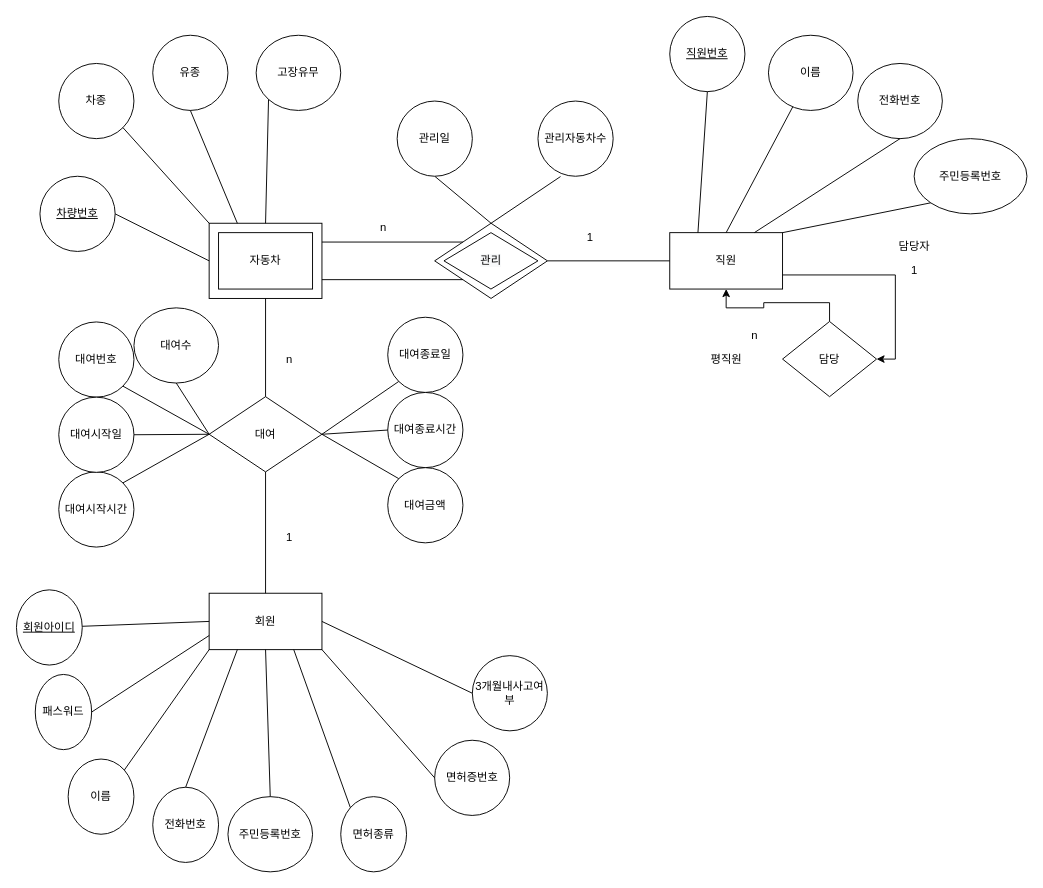
Earlier version of the draw.io diagram CarRental.drawio (junki1912/DBP_CarRental). Source tidied: cells renumbered, new cells numbered last; positions are measured from the earlier drawing's top-left corner, leaving out a move shared by most shapes. Both pictures are drawn from the tidied source at 94%, with x=0, y=0 at pixel (16, 16).
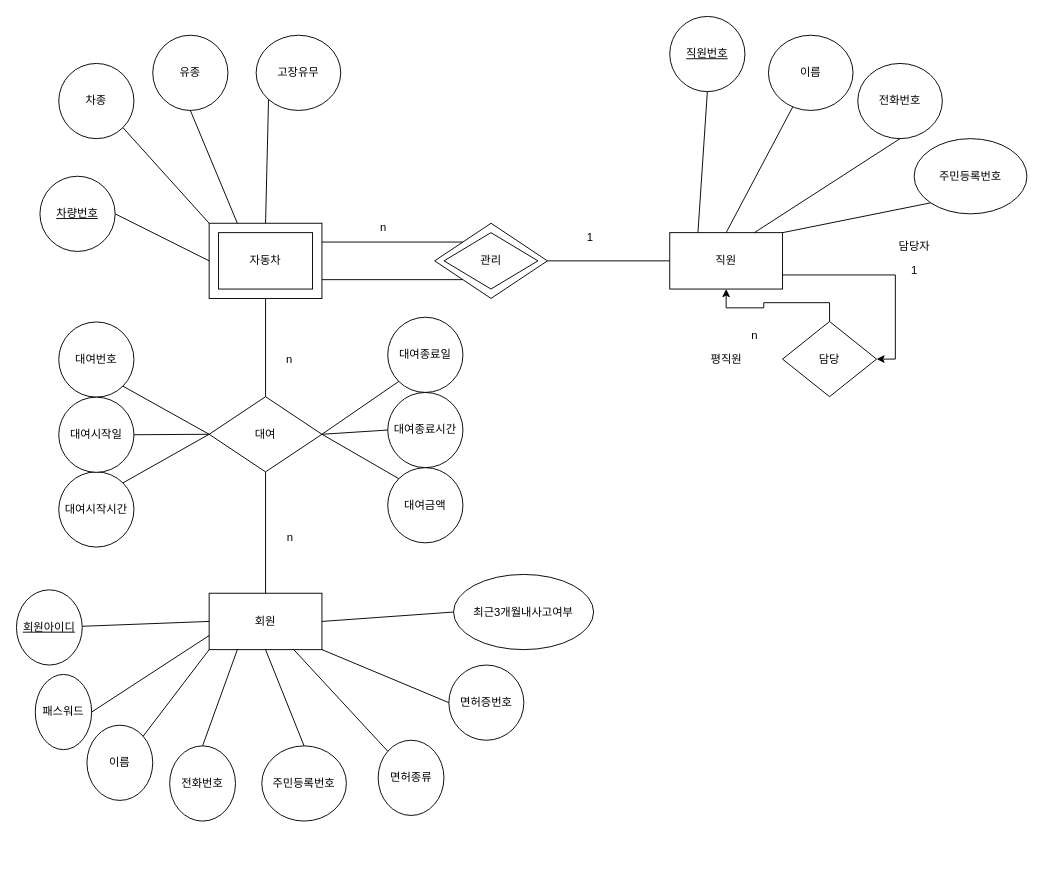
Above is the later version.

The change refers to these unchanged cells:
```xml
<mxCell id="21" value="대여" style="rhombus;whiteSpace=wrap;html=1;" parent="1" vertex="1">
  <mxGeometry x="205" y="404.5" width="120" height="80" as="geometry" />
</mxCell>
<mxCell id="24" style="rhombus;whiteSpace=wrap;html=1;" parent="1" vertex="1">
  <mxGeometry x="444.9" y="220" width="120" height="80" as="geometry" />
</mxCell>
```

Change to the diagram source:
```diff
@@
     <mxCell id="9" value="이름" style="ellipse;whiteSpace=wrap;html=1;rotation=0;" parent="1" vertex="1">
-      <mxGeometry x="55" y="790" width="70" height="80" as="geometry" />
+      <mxGeometry x="75" y="754" width="70" height="80" as="geometry" />
     </mxCell>
@@
     <mxCell id="11" value="전화번호" style="ellipse;whiteSpace=wrap;html=1;rotation=0;" parent="1" vertex="1">
-      <mxGeometry x="145" y="820" width="70" height="80" as="geometry" />
+      <mxGeometry x="163" y="776" width="70" height="80" as="geometry" />
     </mxCell>
@@
     <mxCell id="13" value="주민등록번호" style="ellipse;whiteSpace=wrap;html=1;rotation=0;" parent="1" vertex="1">
-      <mxGeometry x="225" y="830" width="90" height="80" as="geometry" />
+      <mxGeometry x="261" y="776" width="90" height="80" as="geometry" />
     </mxCell>
@@
     <mxCell id="15" value="면허종류" style="ellipse;whiteSpace=wrap;html=1;rotation=0;" parent="1" vertex="1">
-      <mxGeometry x="345" y="830" width="70" height="80" as="geometry" />
+      <mxGeometry x="384.8" y="770" width="70" height="80" as="geometry" />
     </mxCell>
@@
     <mxCell id="17" value="면허증번호" style="ellipse;whiteSpace=wrap;html=1;rotation=0;" parent="1" vertex="1">
-      <mxGeometry x="444.9" y="770" width="79.8" height="80" as="geometry" />
+      <mxGeometry x="460" y="690" width="79.8" height="80" as="geometry" />
     </mxCell>
@@
-    <mxCell id="19" value="3개월내사고여부" style="ellipse;whiteSpace=wrap;html=1;rotation=0;" parent="1" vertex="1">
-      <mxGeometry x="485" y="680" width="79.8" height="80" as="geometry" />
+    <mxCell id="19" value="최근3개월내사고여부" style="ellipse;whiteSpace=wrap;html=1;rotation=0;" parent="1" vertex="1">
+      <mxGeometry x="465" y="593.6" width="149" height="80" as="geometry" />
     </mxCell>
@@
-    <mxCell id="45" style="endArrow=none;html=1;rounded=0;entryX=0.5;entryY=0;entryDx=0;entryDy=0;exitX=0.5;exitY=1;exitDx=0;exitDy=0;" parent="1" edge="1" source="47" target="24">
-      <mxGeometry relative="1" as="geometry" />
-    </mxCell>
-    <mxCell id="46" style="endArrow=none;html=1;rounded=0;entryX=0.5;entryY=0;entryDx=0;entryDy=0;exitX=0.3;exitY=1.004;exitDx=0;exitDy=0;exitPerimeter=0;" parent="1" edge="1" source="48" target="24">
-      <mxGeometry relative="1" as="geometry" />
-    </mxCell>
-    <mxCell id="47" value="관리일" style="ellipse;whiteSpace=wrap;html=1;" parent="1" vertex="1">
-      <mxGeometry x="405" y="90" width="80" height="80" as="geometry" />
-    </mxCell>
-    <mxCell id="48" value="관리자동차수" style="ellipse;whiteSpace=wrap;html=1;" parent="1" vertex="1">
-      <mxGeometry x="554.8" y="90" width="80" height="80" as="geometry" />
-    </mxCell>
@@
-    <mxCell id="50" value="1" style="text;html=1;align=center;verticalAlign=middle;strokeColor=none;fillColor=none;" parent="1" vertex="1">
-      <mxGeometry x="275" y="540" width="30" height="30" as="geometry" />
+    <mxCell id="50" value="n" style="text;html=1;align=center;verticalAlign=middle;strokeColor=none;fillColor=none;" parent="1" vertex="1">
+      <mxGeometry x="278" y="542" width="25" height="26" as="geometry" />
     </mxCell>
@@
-    <mxCell id="71" value="대여수" style="ellipse;whiteSpace=wrap;html=1;" parent="1" vertex="1">
-      <mxGeometry x="125" y="310" width="90" height="80" as="geometry" />
-    </mxCell>
-    <mxCell id="72" style="endArrow=none;html=1;rounded=0;entryX=0.5;entryY=1;entryDx=0;entryDy=0;exitX=0;exitY=0.5;exitDx=0;exitDy=0;" parent="1" edge="1" source="21" target="71">
-      <mxGeometry relative="1" as="geometry" />
-    </mxCell>
```
